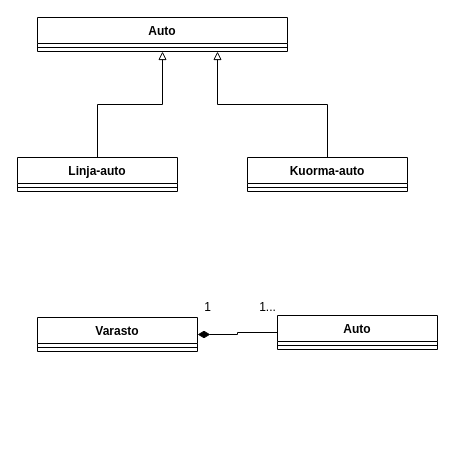
The draw.io diagram UML/SW ENG course/linja-auto ja kuorma-auto.drawio in DeveloperLauri/UML-charts-draw.io, before the edit. Source tidied: cells renumbered, new cells numbered last; positions are measured from the earlier drawing's top-left corner, leaving out a move shared by most shapes. Both pictures are drawn from the tidied source at 100%, with x=0, y=0 at pixel (17, 17).
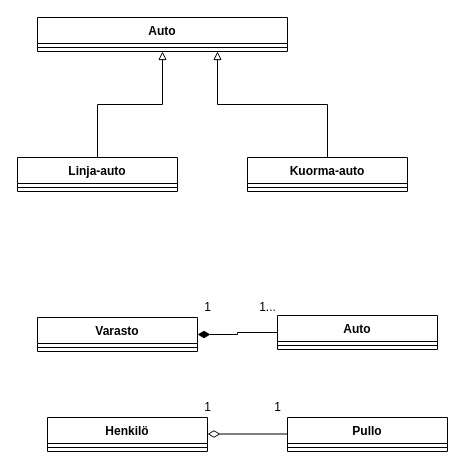
The same page after the edit.

Commit message:
Round 5 question 4.drawio

Diff of the diagram source:
```diff
@@
+    <mxCell id="17" value="Henkilö" style="swimlane;fontStyle=1;align=center;verticalAlign=top;horizontal=1;startSize=26;" parent="1" vertex="1">
+      <mxGeometry x="30" y="400" width="160" height="34" as="geometry" />
+    </mxCell>
+    <mxCell id="18" style="line;strokeWidth=1;fillColor=none;align=left;verticalAlign=middle;spacingTop=-1;spacingLeft=3;spacingRight=3;labelPosition=right;strokeColor=inherit;" parent="17" vertex="1">
+      <mxGeometry y="26" width="160" height="8" as="geometry" />
+    </mxCell>
+    <mxCell id="19" value="Pullo" style="swimlane;fontStyle=1;align=center;verticalAlign=top;horizontal=1;startSize=26;" parent="1" vertex="1">
+      <mxGeometry x="270" y="400" width="160" height="34" as="geometry" />
+    </mxCell>
+    <mxCell id="20" style="line;strokeWidth=1;fillColor=none;align=left;verticalAlign=middle;spacingTop=-1;spacingLeft=3;spacingRight=3;labelPosition=right;strokeColor=inherit;" parent="19" vertex="1">
+      <mxGeometry y="26" width="160" height="8" as="geometry" />
+    </mxCell>
+    <mxCell id="21" style="edgeStyle=orthogonalEdgeStyle;rounded=0;orthogonalLoop=1;jettySize=auto;html=1;entryX=1;entryY=0.5;entryDx=0;entryDy=0;endArrow=diamondThin;endFill=0;endSize=10;" parent="1" edge="1">
+      <mxGeometry relative="1" as="geometry">
+        <mxPoint x="270" y="416.5" as="sourcePoint" />
+        <mxPoint x="190" y="416.5" as="targetPoint" />
+      </mxGeometry>
+    </mxCell>
+    <mxCell id="22" value="1" style="text;html=1;align=center;verticalAlign=middle;strokeColor=none;fillColor=none;" parent="1" vertex="1">
+      <mxGeometry x="245" y="375" width="30" height="30" as="geometry" />
+    </mxCell>
+    <mxCell id="23" value="1" style="text;html=1;align=center;verticalAlign=middle;strokeColor=none;fillColor=none;" parent="1" vertex="1">
+      <mxGeometry x="175" y="375" width="30" height="30" as="geometry" />
+    </mxCell>
```
